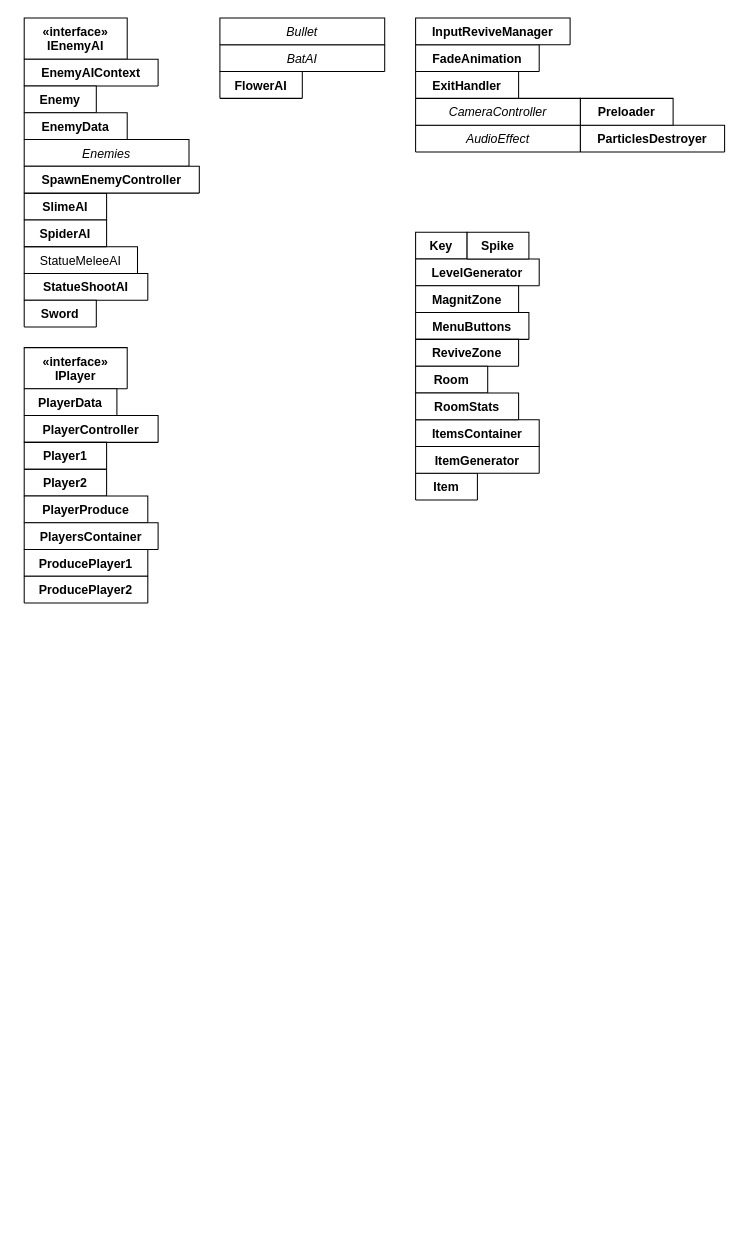
pasha-str27/hunters-rite keeps this draw.io diagram as UMLD/HuntersTestDiagram.drawio. Above is the earlier version. Source tidied: cells renumbered, new cells numbered last; positions are measured from the earlier drawing's top-left corner, leaving out a move shared by most shapes. Both pictures are drawn from the tidied source at 103%, with x=0, y=0 at pixel (24, 18).
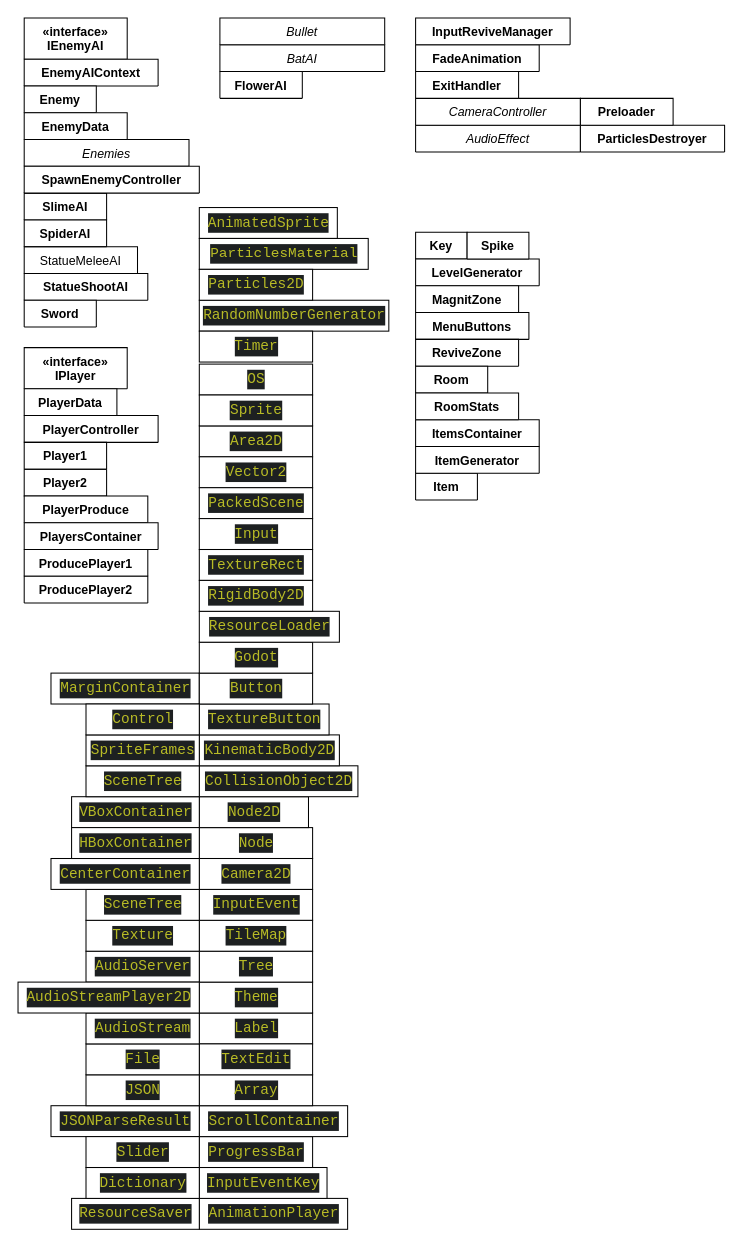
The same diagram, later.

Commit message:
Added Godot classes to uml diagram

The edit, as a diff of the source:
```diff
@@
+    <mxCell id="43" value="&lt;div style=&quot;color: rgb(235 , 219 , 178) ; background-color: rgb(29 , 32 , 33) ; font-family: &amp;#34;consolas&amp;#34; , &amp;#34;courier new&amp;#34; , monospace ; font-size: 14px ; line-height: 19px&quot;&gt;&lt;span style=&quot;color: #b8bb26&quot;&gt;MarginContainer&lt;/span&gt;&lt;/div&gt;" style="html=1;" parent="1" vertex="1">
+      <mxGeometry x="26" y="636" width="144" height="30" as="geometry" />
+    </mxCell>
+    <mxCell id="44" value="&lt;div style=&quot;color: rgb(235 , 219 , 178) ; background-color: rgb(29 , 32 , 33) ; font-family: &amp;#34;consolas&amp;#34; , &amp;#34;courier new&amp;#34; , monospace ; font-size: 14px ; line-height: 19px&quot;&gt;&lt;span style=&quot;color: #b8bb26&quot;&gt;Area2D&lt;/span&gt;&lt;/div&gt;" style="html=1;" parent="1" vertex="1">
+      <mxGeometry x="170" y="396" width="110" height="30" as="geometry" />
+    </mxCell>
+    <mxCell id="45" value="&lt;div style=&quot;color: rgb(235 , 219 , 178) ; background-color: rgb(29 , 32 , 33) ; font-family: &amp;#34;consolas&amp;#34; , &amp;#34;courier new&amp;#34; , monospace ; font-size: 14px ; line-height: 19px&quot;&gt;&lt;span style=&quot;color: #b8bb26&quot;&gt;Vector2&lt;/span&gt;&lt;/div&gt;" style="html=1;" parent="1" vertex="1">
+      <mxGeometry x="170" y="426" width="110" height="30" as="geometry" />
+    </mxCell>
+    <mxCell id="46" value="&lt;div style=&quot;color: rgb(235 , 219 , 178) ; background-color: rgb(29 , 32 , 33) ; font-family: &amp;#34;consolas&amp;#34; , &amp;#34;courier new&amp;#34; , monospace ; font-size: 14px ; line-height: 19px&quot;&gt;&lt;span style=&quot;color: #b8bb26&quot;&gt;PackedScene&lt;/span&gt;&lt;/div&gt;" style="html=1;" parent="1" vertex="1">
+      <mxGeometry x="170" y="456" width="110" height="30" as="geometry" />
+    </mxCell>
+    <mxCell id="47" value="&lt;div style=&quot;color: rgb(235 , 219 , 178) ; background-color: rgb(29 , 32 , 33) ; font-family: &amp;#34;consolas&amp;#34; , &amp;#34;courier new&amp;#34; , monospace ; font-size: 14px ; line-height: 19px&quot;&gt;&lt;span style=&quot;color: #b8bb26&quot;&gt;Input&lt;/span&gt;&lt;/div&gt;" style="html=1;" parent="1" vertex="1">
+      <mxGeometry x="170" y="486" width="110" height="30" as="geometry" />
+    </mxCell>
+    <mxCell id="48" value="&lt;div style=&quot;color: rgb(235 , 219 , 178) ; background-color: rgb(29 , 32 , 33) ; font-family: &amp;#34;consolas&amp;#34; , &amp;#34;courier new&amp;#34; , monospace ; font-size: 14px ; line-height: 19px&quot;&gt;&lt;span style=&quot;color: #b8bb26&quot;&gt;Node&lt;/span&gt;&lt;/div&gt;" style="html=1;" parent="1" vertex="1">
+      <mxGeometry x="170" y="786" width="110" height="30" as="geometry" />
+    </mxCell>
+    <mxCell id="49" value="&lt;div style=&quot;color: rgb(235 , 219 , 178) ; background-color: rgb(29 , 32 , 33) ; font-family: &amp;#34;consolas&amp;#34; , &amp;#34;courier new&amp;#34; , monospace ; font-size: 14px ; line-height: 19px&quot;&gt;&lt;span style=&quot;color: #b8bb26&quot;&gt;Node2D&lt;/span&gt;&lt;/div&gt;" style="html=1;" parent="1" vertex="1">
+      <mxGeometry x="170" y="756" width="106" height="30" as="geometry" />
+    </mxCell>
+    <mxCell id="50" value="&lt;div style=&quot;color: rgb(235 , 219 , 178) ; background-color: rgb(29 , 32 , 33) ; font-family: &amp;#34;consolas&amp;#34; , &amp;#34;courier new&amp;#34; , monospace ; font-size: 14px ; line-height: 19px&quot;&gt;&lt;span style=&quot;color: #b8bb26&quot;&gt;CollisionObject2D&lt;/span&gt;&lt;/div&gt;" style="html=1;" parent="1" vertex="1">
+      <mxGeometry x="170" y="726" width="154" height="30" as="geometry" />
+    </mxCell>
+    <mxCell id="51" value="&lt;div style=&quot;color: rgb(235 , 219 , 178) ; background-color: rgb(29 , 32 , 33) ; font-family: &amp;#34;consolas&amp;#34; , &amp;#34;courier new&amp;#34; , monospace ; font-size: 14px ; line-height: 19px&quot;&gt;&lt;span style=&quot;color: #b8bb26&quot;&gt;KinematicBody2D&lt;/span&gt;&lt;/div&gt;" style="html=1;" parent="1" vertex="1">
+      <mxGeometry x="170" y="696" width="136" height="30" as="geometry" />
+    </mxCell>
+    <mxCell id="52" value="&lt;div style=&quot;color: rgb(235 , 219 , 178) ; background-color: rgb(29 , 32 , 33) ; font-family: &amp;#34;consolas&amp;#34; , &amp;#34;courier new&amp;#34; , monospace ; font-size: 14px ; line-height: 19px&quot;&gt;&lt;span style=&quot;color: #b8bb26&quot;&gt;TextureButton&lt;/span&gt;&lt;/div&gt;" style="html=1;" parent="1" vertex="1">
+      <mxGeometry x="170" y="666" width="126" height="30" as="geometry" />
+    </mxCell>
+    <mxCell id="53" value="&lt;div style=&quot;color: rgb(235 , 219 , 178) ; background-color: rgb(29 , 32 , 33) ; font-family: &amp;#34;consolas&amp;#34; , &amp;#34;courier new&amp;#34; , monospace ; font-size: 14px ; line-height: 19px&quot;&gt;&lt;span style=&quot;color: #b8bb26&quot;&gt;Button&lt;/span&gt;&lt;/div&gt;" style="html=1;" parent="1" vertex="1">
+      <mxGeometry x="170" y="636" width="110" height="30" as="geometry" />
+    </mxCell>
+    <mxCell id="54" value="&lt;div style=&quot;color: rgb(235 , 219 , 178) ; background-color: rgb(29 , 32 , 33) ; font-family: &amp;#34;consolas&amp;#34; , &amp;#34;courier new&amp;#34; , monospace ; font-size: 14px ; line-height: 19px&quot;&gt;&lt;span style=&quot;color: #b8bb26&quot;&gt;Godot&lt;/span&gt;&lt;/div&gt;" style="html=1;" parent="1" vertex="1">
+      <mxGeometry x="170" y="606" width="110" height="30" as="geometry" />
+    </mxCell>
+    <mxCell id="55" value="&lt;div style=&quot;color: rgb(235 , 219 , 178) ; background-color: rgb(29 , 32 , 33) ; font-family: &amp;#34;consolas&amp;#34; , &amp;#34;courier new&amp;#34; , monospace ; font-size: 14px ; line-height: 19px&quot;&gt;&lt;span style=&quot;color: #b8bb26&quot;&gt;ResourceLoader&lt;/span&gt;&lt;/div&gt;" style="html=1;" parent="1" vertex="1">
+      <mxGeometry x="170" y="576" width="136" height="30" as="geometry" />
+    </mxCell>
+    <mxCell id="56" value="&lt;div style=&quot;color: rgb(235 , 219 , 178) ; background-color: rgb(29 , 32 , 33) ; font-family: &amp;#34;consolas&amp;#34; , &amp;#34;courier new&amp;#34; , monospace ; font-size: 14px ; line-height: 19px&quot;&gt;&lt;span style=&quot;color: #b8bb26&quot;&gt;TextureRect&lt;/span&gt;&lt;/div&gt;" style="html=1;" parent="1" vertex="1">
+      <mxGeometry x="170" y="516" width="110" height="30" as="geometry" />
+    </mxCell>
+    <mxCell id="57" value="&lt;div style=&quot;color: rgb(235 , 219 , 178) ; background-color: rgb(29 , 32 , 33) ; font-family: &amp;#34;consolas&amp;#34; , &amp;#34;courier new&amp;#34; , monospace ; font-size: 14px ; line-height: 19px&quot;&gt;&lt;span style=&quot;color: #b8bb26&quot;&gt;RigidBody2D&lt;/span&gt;&lt;/div&gt;" style="html=1;" parent="1" vertex="1">
+      <mxGeometry x="170" y="546" width="110" height="30" as="geometry" />
+    </mxCell>
+    <mxCell id="58" value="&lt;div style=&quot;color: rgb(235 , 219 , 178) ; background-color: rgb(29 , 32 , 33) ; font-family: &amp;#34;consolas&amp;#34; , &amp;#34;courier new&amp;#34; , monospace ; font-size: 14px ; line-height: 19px&quot;&gt;&lt;span style=&quot;color: #b8bb26&quot;&gt;Label&lt;/span&gt;&lt;/div&gt;" style="html=1;" parent="1" vertex="1">
+      <mxGeometry x="170" y="966" width="110" height="30" as="geometry" />
+    </mxCell>
+    <mxCell id="59" value="&lt;div style=&quot;color: rgb(235 , 219 , 178) ; background-color: rgb(29 , 32 , 33) ; font-family: &amp;#34;consolas&amp;#34; , &amp;#34;courier new&amp;#34; , monospace ; font-size: 14px ; line-height: 19px&quot;&gt;&lt;span style=&quot;color: #b8bb26&quot;&gt;RandomNumberGenerator&lt;/span&gt;&lt;/div&gt;" style="html=1;" parent="1" vertex="1">
+      <mxGeometry x="170" y="274" width="184" height="30" as="geometry" />
+    </mxCell>
+    <mxCell id="60" value="&lt;div style=&quot;color: rgb(235 , 219 , 178) ; background-color: rgb(29 , 32 , 33) ; font-family: &amp;#34;consolas&amp;#34; , &amp;#34;courier new&amp;#34; , monospace ; font-size: 14px ; line-height: 19px&quot;&gt;&lt;span style=&quot;color: #b8bb26&quot;&gt;Timer&lt;/span&gt;&lt;/div&gt;" style="html=1;" parent="1" vertex="1">
+      <mxGeometry x="170" y="304" width="110" height="30" as="geometry" />
+    </mxCell>
+    <mxCell id="61" value="&lt;div style=&quot;color: rgb(235 , 219 , 178) ; background-color: rgb(29 , 32 , 33) ; font-family: &amp;#34;consolas&amp;#34; , &amp;#34;courier new&amp;#34; , monospace ; font-size: 14px ; line-height: 19px&quot;&gt;&lt;span style=&quot;color: #b8bb26&quot;&gt;OS&lt;/span&gt;&lt;/div&gt;" style="html=1;" parent="1" vertex="1">
+      <mxGeometry x="170" y="336" width="110" height="30" as="geometry" />
+    </mxCell>
+    <mxCell id="62" value="&lt;div style=&quot;color: rgb(235 , 219 , 178) ; background-color: rgb(29 , 32 , 33) ; font-family: &amp;#34;consolas&amp;#34; , &amp;#34;courier new&amp;#34; , monospace ; font-size: 14px ; line-height: 19px&quot;&gt;&lt;span style=&quot;color: #b8bb26&quot;&gt;Sprite&lt;/span&gt;&lt;/div&gt;" style="html=1;" parent="1" vertex="1">
+      <mxGeometry x="170" y="366" width="110" height="30" as="geometry" />
+    </mxCell>
+    <mxCell id="63" value="&lt;div style=&quot;color: rgb(235 , 219 , 178) ; background-color: rgb(29 , 32 , 33) ; font-family: &amp;#34;consolas&amp;#34; , &amp;#34;courier new&amp;#34; , monospace ; font-size: 14px ; line-height: 19px&quot;&gt;&lt;span style=&quot;color: #b8bb26&quot;&gt;Theme&lt;/span&gt;&lt;/div&gt;" style="html=1;" parent="1" vertex="1">
+      <mxGeometry x="170" y="936" width="110" height="30" as="geometry" />
+    </mxCell>
+    <mxCell id="64" value="&lt;div style=&quot;color: rgb(235 , 219 , 178) ; background-color: rgb(29 , 32 , 33) ; font-family: &amp;#34;consolas&amp;#34; , &amp;#34;courier new&amp;#34; , monospace ; font-size: 14px ; line-height: 19px&quot;&gt;&lt;span style=&quot;color: #b8bb26&quot;&gt;Tree&lt;/span&gt;&lt;/div&gt;" style="html=1;" parent="1" vertex="1">
+      <mxGeometry x="170" y="906" width="110" height="30" as="geometry" />
+    </mxCell>
+    <mxCell id="65" value="&lt;div style=&quot;color: rgb(235 , 219 , 178) ; background-color: rgb(29 , 32 , 33) ; font-family: &amp;#34;consolas&amp;#34; , &amp;#34;courier new&amp;#34; , monospace ; font-size: 14px ; line-height: 19px&quot;&gt;&lt;span style=&quot;color: #b8bb26&quot;&gt;TileMap&lt;/span&gt;&lt;/div&gt;" style="html=1;" parent="1" vertex="1">
+      <mxGeometry x="170" y="876" width="110" height="30" as="geometry" />
+    </mxCell>
+    <mxCell id="66" value="&lt;div style=&quot;color: rgb(235 , 219 , 178) ; background-color: rgb(29 , 32 , 33) ; font-family: &amp;#34;consolas&amp;#34; , &amp;#34;courier new&amp;#34; , monospace ; font-size: 14px ; line-height: 19px&quot;&gt;&lt;span style=&quot;color: #b8bb26&quot;&gt;InputEvent&lt;/span&gt;&lt;/div&gt;" style="html=1;" parent="1" vertex="1">
+      <mxGeometry x="170" y="846" width="110" height="30" as="geometry" />
+    </mxCell>
+    <mxCell id="67" value="&lt;div style=&quot;color: rgb(235 , 219 , 178) ; background-color: rgb(29 , 32 , 33) ; font-family: &amp;#34;consolas&amp;#34; , &amp;#34;courier new&amp;#34; , monospace ; font-size: 14px ; line-height: 19px&quot;&gt;&lt;span style=&quot;color: #b8bb26&quot;&gt;Camera2D&lt;/span&gt;&lt;/div&gt;" style="html=1;" parent="1" vertex="1">
+      <mxGeometry x="170" y="816" width="110" height="30" as="geometry" />
+    </mxCell>
+    <mxCell id="68" value="&lt;div style=&quot;color: rgb(235 , 219 , 178) ; background-color: rgb(29 , 32 , 33) ; font-family: &amp;#34;consolas&amp;#34; , &amp;#34;courier new&amp;#34; , monospace ; font-size: 14px ; line-height: 19px&quot;&gt;&lt;span style=&quot;color: #b8bb26&quot;&gt;AnimationPlayer&lt;/span&gt;&lt;/div&gt;" style="html=1;" parent="1" vertex="1">
+      <mxGeometry x="170" y="1146" width="144" height="30" as="geometry" />
+    </mxCell>
+    <mxCell id="69" value="&lt;div style=&quot;color: rgb(235 , 219 , 178) ; background-color: rgb(29 , 32 , 33) ; font-family: &amp;#34;consolas&amp;#34; , &amp;#34;courier new&amp;#34; , monospace ; font-size: 14px ; line-height: 19px&quot;&gt;&lt;span style=&quot;color: #b8bb26&quot;&gt;InputEventKey&lt;/span&gt;&lt;/div&gt;" style="html=1;" parent="1" vertex="1">
+      <mxGeometry x="170" y="1116" width="124" height="30" as="geometry" />
+    </mxCell>
+    <mxCell id="70" value="&lt;div style=&quot;color: rgb(235 , 219 , 178) ; background-color: rgb(29 , 32 , 33) ; font-family: &amp;#34;consolas&amp;#34; , &amp;#34;courier new&amp;#34; , monospace ; font-size: 14px ; line-height: 19px&quot;&gt;&lt;span style=&quot;color: #b8bb26&quot;&gt;ProgressBar&lt;/span&gt;&lt;/div&gt;" style="html=1;" parent="1" vertex="1">
+      <mxGeometry x="170" y="1086" width="110" height="30" as="geometry" />
+    </mxCell>
+    <mxCell id="71" value="&lt;div style=&quot;color: rgb(235 , 219 , 178) ; background-color: rgb(29 , 32 , 33) ; font-family: &amp;#34;consolas&amp;#34; , &amp;#34;courier new&amp;#34; , monospace ; font-size: 14px ; line-height: 19px&quot;&gt;&lt;span style=&quot;color: #b8bb26&quot;&gt;ScrollContainer&lt;/span&gt;&lt;/div&gt;" style="html=1;" parent="1" vertex="1">
+      <mxGeometry x="170" y="1056" width="144" height="30" as="geometry" />
+    </mxCell>
+    <mxCell id="72" value="&lt;div style=&quot;color: rgb(235 , 219 , 178) ; background-color: rgb(29 , 32 , 33) ; font-family: &amp;#34;consolas&amp;#34; , &amp;#34;courier new&amp;#34; , monospace ; font-size: 14px ; line-height: 19px&quot;&gt;&lt;span style=&quot;color: #b8bb26&quot;&gt;Array&lt;/span&gt;&lt;/div&gt;" style="html=1;" parent="1" vertex="1">
+      <mxGeometry x="170" y="1026" width="110" height="30" as="geometry" />
+    </mxCell>
+    <mxCell id="73" value="&lt;div style=&quot;color: rgb(235 , 219 , 178) ; background-color: rgb(29 , 32 , 33) ; font-family: &amp;#34;consolas&amp;#34; , &amp;#34;courier new&amp;#34; , monospace ; font-size: 14px ; line-height: 19px&quot;&gt;&lt;span style=&quot;color: #b8bb26&quot;&gt;TextEdit&lt;/span&gt;&lt;/div&gt;" style="html=1;" parent="1" vertex="1">
+      <mxGeometry x="170" y="996" width="110" height="30" as="geometry" />
+    </mxCell>
+    <mxCell id="74" value="&lt;div style=&quot;color: rgb(235 , 219 , 178) ; background-color: rgb(29 , 32 , 33) ; font-family: &amp;#34;consolas&amp;#34; , &amp;#34;courier new&amp;#34; , monospace ; font-size: 14px ; line-height: 19px&quot;&gt;&lt;span style=&quot;color: #b8bb26&quot;&gt;VBoxContainer&lt;/span&gt;&lt;/div&gt;" style="html=1;" parent="1" vertex="1">
+      <mxGeometry x="46" y="756" width="124" height="30" as="geometry" />
+    </mxCell>
+    <mxCell id="75" value="&lt;div style=&quot;color: rgb(235 , 219 , 178) ; background-color: rgb(29 , 32 , 33) ; font-family: &amp;#34;consolas&amp;#34; , &amp;#34;courier new&amp;#34; , monospace ; font-size: 14px ; line-height: 19px&quot;&gt;&lt;span style=&quot;color: #b8bb26&quot;&gt;SceneTree&lt;/span&gt;&lt;/div&gt;" style="html=1;" parent="1" vertex="1">
+      <mxGeometry x="60" y="726" width="110" height="30" as="geometry" />
+    </mxCell>
+    <mxCell id="76" value="&lt;div style=&quot;color: rgb(235 , 219 , 178) ; background-color: rgb(29 , 32 , 33) ; font-family: &amp;#34;consolas&amp;#34; , &amp;#34;courier new&amp;#34; , monospace ; font-size: 14px ; line-height: 19px&quot;&gt;&lt;span style=&quot;color: #b8bb26&quot;&gt;SpriteFrames&lt;/span&gt;&lt;/div&gt;" style="html=1;" parent="1" vertex="1">
+      <mxGeometry x="60" y="696" width="110" height="30" as="geometry" />
+    </mxCell>
+    <mxCell id="77" value="&lt;div style=&quot;color: rgb(235 , 219 , 178) ; background-color: rgb(29 , 32 , 33) ; font-family: &amp;#34;consolas&amp;#34; , &amp;#34;courier new&amp;#34; , monospace ; font-size: 14px ; line-height: 19px&quot;&gt;&lt;span style=&quot;color: #b8bb26&quot;&gt;AnimatedSprite&lt;/span&gt;&lt;/div&gt;" style="html=1;" parent="1" vertex="1">
+      <mxGeometry x="170" y="184" width="134" height="30" as="geometry" />
+    </mxCell>
+    <mxCell id="78" value="&lt;div style=&quot;color: rgb(235 , 219 , 178) ; background-color: rgb(29 , 32 , 33) ; font-family: &amp;#34;consolas&amp;#34; , &amp;#34;courier new&amp;#34; , monospace ; font-size: 14px ; line-height: 19px&quot;&gt;&lt;span style=&quot;color: #b8bb26&quot;&gt;ParticlesMaterial&lt;/span&gt;&lt;/div&gt;" style="html=1;" parent="1" vertex="1">
+      <mxGeometry x="170" y="214" width="164" height="30" as="geometry" />
+    </mxCell>
+    <mxCell id="79" value="&lt;div style=&quot;color: rgb(235 , 219 , 178) ; background-color: rgb(29 , 32 , 33) ; font-family: &amp;#34;consolas&amp;#34; , &amp;#34;courier new&amp;#34; , monospace ; font-size: 14px ; line-height: 19px&quot;&gt;&lt;span style=&quot;color: #b8bb26&quot;&gt;Particles2D&lt;/span&gt;&lt;/div&gt;" style="html=1;" parent="1" vertex="1">
+      <mxGeometry x="170" y="244" width="110" height="30" as="geometry" />
+    </mxCell>
+    <mxCell id="80" value="&lt;div style=&quot;color: rgb(235 , 219 , 178) ; background-color: rgb(29 , 32 , 33) ; font-family: &amp;#34;consolas&amp;#34; , &amp;#34;courier new&amp;#34; , monospace ; font-size: 14px ; line-height: 19px&quot;&gt;&lt;span style=&quot;color: #b8bb26&quot;&gt;AudioServer&lt;/span&gt;&lt;/div&gt;" style="html=1;" parent="1" vertex="1">
+      <mxGeometry x="60" y="906" width="110" height="30" as="geometry" />
+    </mxCell>
+    <mxCell id="81" value="&lt;div style=&quot;color: rgb(235 , 219 , 178) ; background-color: rgb(29 , 32 , 33) ; font-family: &amp;#34;consolas&amp;#34; , &amp;#34;courier new&amp;#34; , monospace ; font-size: 14px ; line-height: 19px&quot;&gt;&lt;span style=&quot;color: #b8bb26&quot;&gt;Texture&lt;/span&gt;&lt;/div&gt;" style="html=1;" parent="1" vertex="1">
+      <mxGeometry x="60" y="876" width="110" height="30" as="geometry" />
+    </mxCell>
+    <mxCell id="82" value="&lt;div style=&quot;color: rgb(235 , 219 , 178) ; background-color: rgb(29 , 32 , 33) ; font-family: &amp;#34;consolas&amp;#34; , &amp;#34;courier new&amp;#34; , monospace ; font-size: 14px ; line-height: 19px&quot;&gt;&lt;span style=&quot;color: #b8bb26&quot;&gt;SceneTree&lt;/span&gt;&lt;/div&gt;" style="html=1;" parent="1" vertex="1">
+      <mxGeometry x="60" y="846" width="110" height="30" as="geometry" />
+    </mxCell>
+    <mxCell id="83" value="&lt;div style=&quot;color: rgb(235 , 219 , 178) ; background-color: rgb(29 , 32 , 33) ; font-family: &amp;#34;consolas&amp;#34; , &amp;#34;courier new&amp;#34; , monospace ; font-size: 14px ; line-height: 19px&quot;&gt;&lt;span style=&quot;color: #b8bb26&quot;&gt;CenterContainer&lt;/span&gt;&lt;/div&gt;" style="html=1;" parent="1" vertex="1">
+      <mxGeometry x="26" y="816" width="144" height="30" as="geometry" />
+    </mxCell>
+    <mxCell id="84" value="&lt;div style=&quot;color: rgb(235 , 219 , 178) ; background-color: rgb(29 , 32 , 33) ; font-family: &amp;#34;consolas&amp;#34; , &amp;#34;courier new&amp;#34; , monospace ; font-size: 14px ; line-height: 19px&quot;&gt;&lt;span style=&quot;color: #b8bb26&quot;&gt;HBoxContainer&lt;/span&gt;&lt;/div&gt;" style="html=1;" parent="1" vertex="1">
+      <mxGeometry x="46" y="786" width="124" height="30" as="geometry" />
+    </mxCell>
+    <mxCell id="85" value="&lt;div style=&quot;color: rgb(235 , 219 , 178) ; background-color: rgb(29 , 32 , 33) ; font-family: &amp;#34;consolas&amp;#34; , &amp;#34;courier new&amp;#34; , monospace ; font-size: 14px ; line-height: 19px&quot;&gt;&lt;span style=&quot;color: #b8bb26&quot;&gt;JSONParseResult&lt;/span&gt;&lt;/div&gt;" style="html=1;" parent="1" vertex="1">
+      <mxGeometry x="26" y="1056" width="144" height="30" as="geometry" />
+    </mxCell>
+    <mxCell id="86" value="&lt;div style=&quot;color: rgb(235 , 219 , 178) ; background-color: rgb(29 , 32 , 33) ; font-family: &amp;#34;consolas&amp;#34; , &amp;#34;courier new&amp;#34; , monospace ; font-size: 14px ; line-height: 19px&quot;&gt;&lt;span style=&quot;color: #b8bb26&quot;&gt;JSON&lt;/span&gt;&lt;/div&gt;" style="html=1;" parent="1" vertex="1">
+      <mxGeometry x="60" y="1026" width="110" height="30" as="geometry" />
+    </mxCell>
+    <mxCell id="87" value="&lt;div style=&quot;color: rgb(235 , 219 , 178) ; background-color: rgb(29 , 32 , 33) ; font-family: &amp;#34;consolas&amp;#34; , &amp;#34;courier new&amp;#34; , monospace ; font-size: 14px ; line-height: 19px&quot;&gt;&lt;span style=&quot;color: #b8bb26&quot;&gt;File&lt;/span&gt;&lt;/div&gt;" style="html=1;" parent="1" vertex="1">
+      <mxGeometry x="60" y="996" width="110" height="30" as="geometry" />
+    </mxCell>
+    <mxCell id="88" value="&lt;div style=&quot;color: rgb(235 , 219 , 178) ; background-color: rgb(29 , 32 , 33) ; font-family: &amp;#34;consolas&amp;#34; , &amp;#34;courier new&amp;#34; , monospace ; font-size: 14px ; line-height: 19px&quot;&gt;&lt;span style=&quot;color: #b8bb26&quot;&gt;AudioStream&lt;/span&gt;&lt;/div&gt;" style="html=1;" parent="1" vertex="1">
+      <mxGeometry x="60" y="966" width="110" height="30" as="geometry" />
+    </mxCell>
+    <mxCell id="89" value="&lt;div style=&quot;color: rgb(235 , 219 , 178) ; background-color: rgb(29 , 32 , 33) ; font-family: &amp;#34;consolas&amp;#34; , &amp;#34;courier new&amp;#34; , monospace ; font-size: 14px ; line-height: 19px&quot;&gt;&lt;span style=&quot;color: #b8bb26&quot;&gt;AudioStreamPlayer2D&lt;/span&gt;&lt;/div&gt;" style="html=1;" parent="1" vertex="1">
+      <mxGeometry x="-6" y="936" width="176" height="30" as="geometry" />
+    </mxCell>
+    <mxCell id="90" value="&lt;div style=&quot;color: rgb(235 , 219 , 178) ; background-color: rgb(29 , 32 , 33) ; font-family: &amp;#34;consolas&amp;#34; , &amp;#34;courier new&amp;#34; , monospace ; font-size: 14px ; line-height: 19px&quot;&gt;&lt;span style=&quot;color: #b8bb26&quot;&gt;Control&lt;/span&gt;&lt;/div&gt;" style="html=1;" parent="1" vertex="1">
+      <mxGeometry x="60" y="666" width="110" height="30" as="geometry" />
+    </mxCell>
+    <mxCell id="91" value="&lt;div style=&quot;color: rgb(235 , 219 , 178) ; background-color: rgb(29 , 32 , 33) ; font-family: &amp;#34;consolas&amp;#34; , &amp;#34;courier new&amp;#34; , monospace ; font-size: 14px ; line-height: 19px&quot;&gt;&lt;span style=&quot;color: #b8bb26&quot;&gt;ResourceSaver&lt;/span&gt;&lt;/div&gt;" style="html=1;" parent="1" vertex="1">
+      <mxGeometry x="46" y="1146" width="124" height="30" as="geometry" />
+    </mxCell>
+    <mxCell id="92" value="&lt;div style=&quot;color: rgb(235 , 219 , 178) ; background-color: rgb(29 , 32 , 33) ; font-family: &amp;#34;consolas&amp;#34; , &amp;#34;courier new&amp;#34; , monospace ; font-size: 14px ; line-height: 19px&quot;&gt;&lt;span style=&quot;color: #b8bb26&quot;&gt;Dictionary&lt;/span&gt;&lt;/div&gt;" style="html=1;" parent="1" vertex="1">
+      <mxGeometry x="60" y="1116" width="110" height="30" as="geometry" />
+    </mxCell>
+    <mxCell id="93" value="&lt;div style=&quot;color: rgb(235 , 219 , 178) ; background-color: rgb(29 , 32 , 33) ; font-family: &amp;#34;consolas&amp;#34; , &amp;#34;courier new&amp;#34; , monospace ; font-size: 14px ; line-height: 19px&quot;&gt;&lt;span style=&quot;color: #b8bb26&quot;&gt;Slider&lt;/span&gt;&lt;/div&gt;" style="html=1;" parent="1" vertex="1">
+      <mxGeometry x="60" y="1086" width="110" height="30" as="geometry" />
+    </mxCell>
```
